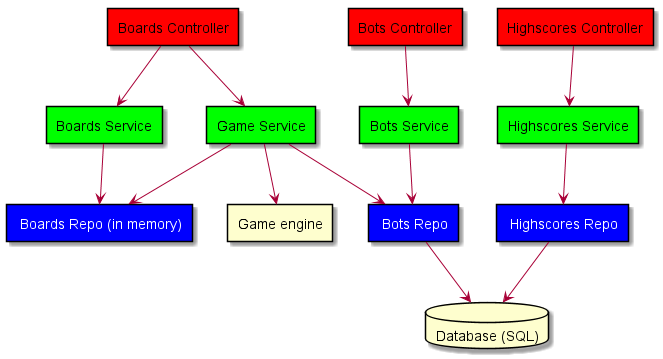
Etimo/diamonds keeps this PlantUML diagram as wip-files/Architecture.png. Above is the earlier version.
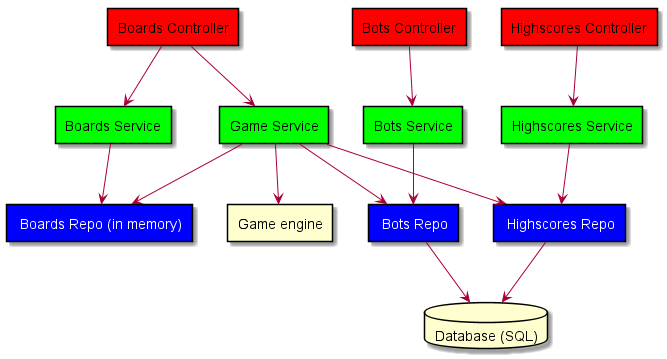
After the change.

Commit message:
Add missing arrow

Diff of the diagram source:
```diff
@@ -26,6 +26,7 @@
 GameService --> BotsRepo
 GameService --> BoardsRepo
 GameService --> GameEngine
+GameService --> HighscoresRepo
 HighscoresService --> HighscoresRepo
 
 BotsRepo --> Database
```
